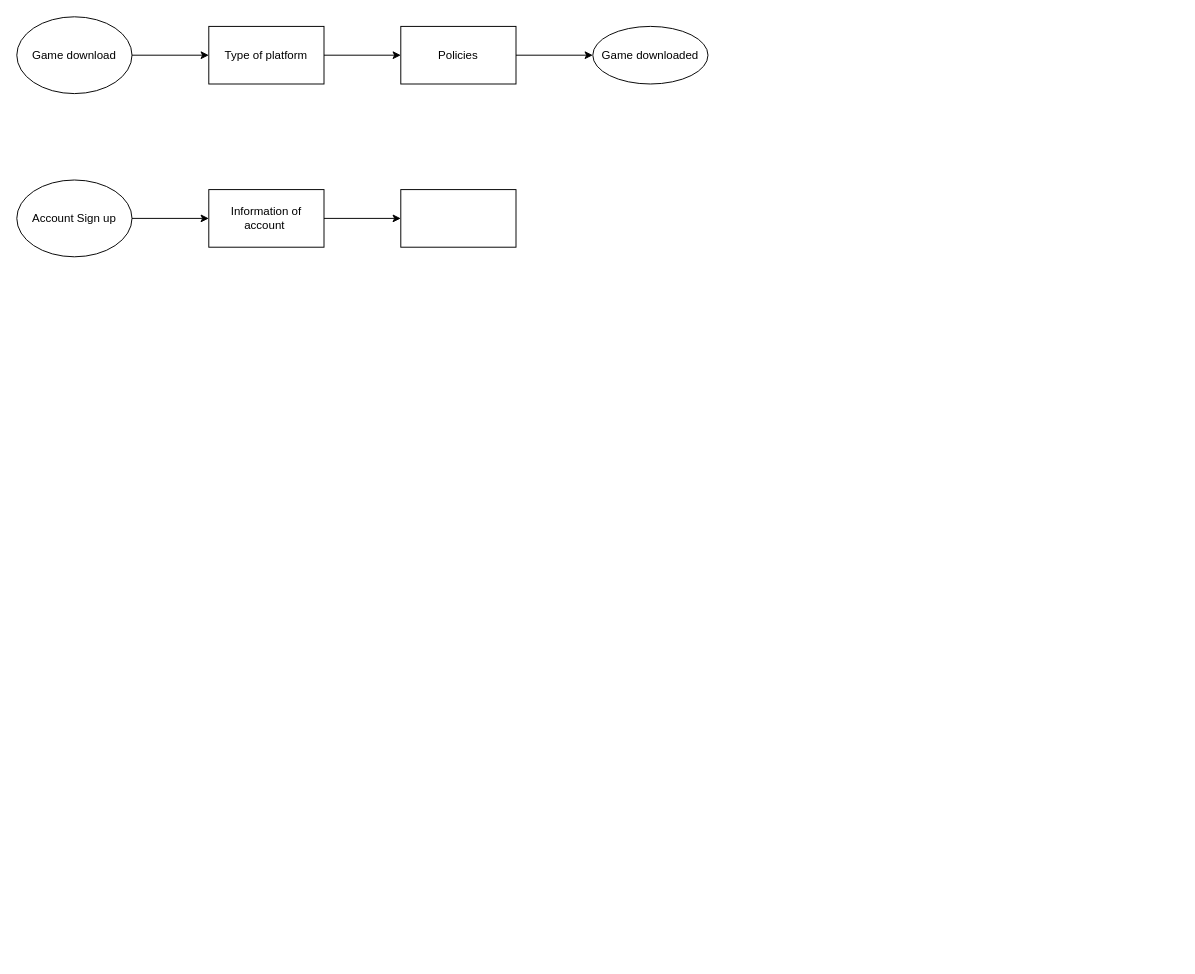
This is video_game_shop.drawio from samuelroiz/WorkFlows_storage, a draw.io file, before an edit. Source tidied: cells renumbered, new cells numbered last; positions are measured from the earlier drawing's top-left corner, leaving out a move shared by most shapes. Both pictures are drawn from the tidied source at 96%, with x=0, y=0 at pixel (16, 16).
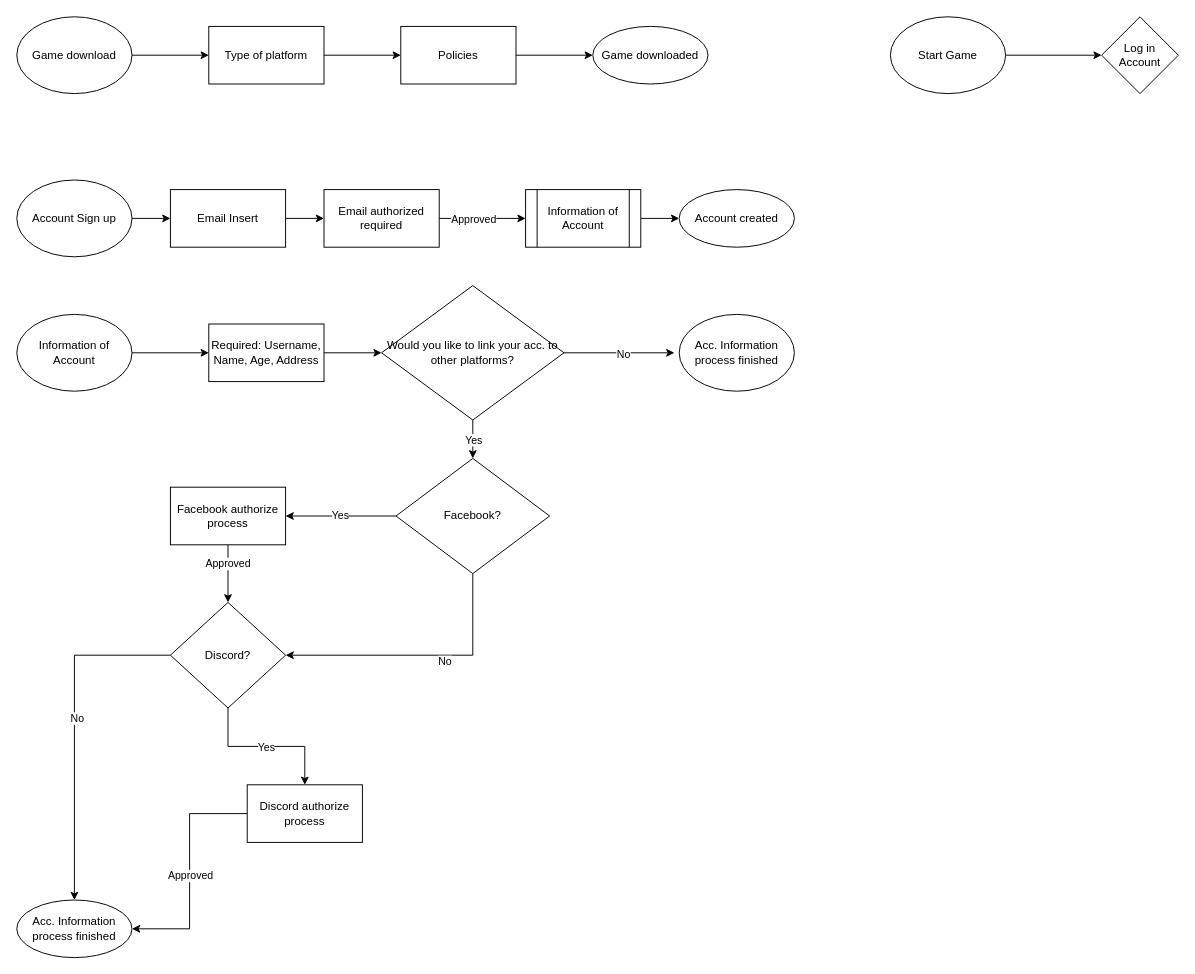
After the change.

Unchanged cells that the change refers to:
```xml
<mxCell id="10" value="Account Sign up" style="ellipse;whiteSpace=wrap;html=1;" parent="1" vertex="1">
  <mxGeometry y="170" width="120" height="80" as="geometry" />
</mxCell>
```

Diff of the diagram source:
```diff
@@
-    <mxCell id="9" style="edgeStyle=orthogonalEdgeStyle;rounded=0;jettySize=auto;html=1;" parent="1" edge="1" source="10" target="12">
-      <mxGeometry relative="1" as="geometry" />
-    </mxCell>
+    <mxCell id="14" style="edgeStyle=orthogonalEdgeStyle;rounded=0;jettySize=auto;html=1;" parent="1" edge="1" source="10" target="13">
+      <mxGeometry relative="1" as="geometry" />
+    </mxCell>
@@
-    <mxCell id="11" style="edgeStyle=orthogonalEdgeStyle;rounded=0;jettySize=auto;html=1;" parent="1" edge="1" source="12" target="13">
-      <mxGeometry relative="1" as="geometry" />
-    </mxCell>
-    <mxCell id="12" value="Information of account&amp;nbsp;" style="whiteSpace=wrap;html=1;" parent="1" vertex="1">
-      <mxGeometry x="200" y="180" width="120" height="60" as="geometry" />
-    </mxCell>
+    <mxCell id="15" style="edgeStyle=orthogonalEdgeStyle;rounded=0;jettySize=auto;html=1;" parent="1" edge="1" source="13" target="47">
+      <mxGeometry relative="1" as="geometry" />
+    </mxCell>
-    <mxCell id="13" style="whiteSpace=wrap;html=1;" parent="1" vertex="1">
-      <mxGeometry x="400" y="180" width="120" height="60" as="geometry" />
+    <mxCell id="13" value="Email Insert" style="whiteSpace=wrap;html=1;" parent="1" vertex="1">
+      <mxGeometry x="160" y="180" width="120" height="60" as="geometry" />
     </mxCell>
+    <mxCell id="16" value="Account created" style="ellipse;whiteSpace=wrap;html=1;" parent="1" vertex="1">
+      <mxGeometry x="690" y="180" width="120" height="60" as="geometry" />
+    </mxCell>
+    <mxCell id="17" style="edgeStyle=orthogonalEdgeStyle;rounded=0;jettySize=auto;html=1;" parent="1" edge="1" source="18" target="16">
+      <mxGeometry relative="1" as="geometry" />
+    </mxCell>
+    <mxCell id="18" value="Information of Account" style="shape=process;whiteSpace=wrap;html=1;backgroundOutline=1;" parent="1" vertex="1">
+      <mxGeometry x="530" y="180" width="120" height="60" as="geometry" />
+    </mxCell>
+    <mxCell id="19" style="edgeStyle=orthogonalEdgeStyle;rounded=0;jettySize=auto;html=1;" parent="1" edge="1" source="20" target="22">
+      <mxGeometry relative="1" as="geometry" />
+    </mxCell>
+    <mxCell id="20" value="Information of Account" style="ellipse;whiteSpace=wrap;html=1;" parent="1" vertex="1">
+      <mxGeometry y="310" width="120" height="80" as="geometry" />
+    </mxCell>
+    <mxCell id="21" style="edgeStyle=orthogonalEdgeStyle;rounded=0;jettySize=auto;html=1;" parent="1" edge="1" source="22" target="27">
+      <mxGeometry relative="1" as="geometry" />
+    </mxCell>
+    <mxCell id="22" value="Required: Username, Name, Age, Address" style="whiteSpace=wrap;html=1;" parent="1" vertex="1">
+      <mxGeometry x="200" y="320" width="120" height="60" as="geometry" />
+    </mxCell>
+    <mxCell id="23" style="edgeStyle=orthogonalEdgeStyle;rounded=0;jettySize=auto;html=1;" parent="1" edge="1" source="27" target="31">
+      <mxGeometry relative="1" as="geometry" />
+    </mxCell>
+    <mxCell id="24" value="Yes&lt;br&gt;" style="edgeLabel;html=1;align=center;verticalAlign=middle;" parent="23" vertex="1">
+      <mxGeometry x="0.36" relative="1" as="geometry">
+        <mxPoint y="-7" as="offset" />
+      </mxGeometry>
+    </mxCell>
+    <mxCell id="25" style="edgeStyle=orthogonalEdgeStyle;rounded=0;jettySize=auto;html=1;" parent="1" edge="1" source="27">
+      <mxGeometry relative="1" as="geometry">
+        <mxPoint x="685" y="350" as="targetPoint" />
+      </mxGeometry>
+    </mxCell>
+    <mxCell id="26" value="No" style="edgeLabel;html=1;align=center;verticalAlign=middle;" parent="25" vertex="1">
+      <mxGeometry x="0.08" y="-1" relative="1" as="geometry" />
+    </mxCell>
+    <mxCell id="27" value="Would you like to link your acc. to other platforms?" style="rhombus;whiteSpace=wrap;html=1;" parent="1" vertex="1">
+      <mxGeometry x="380" y="280" width="190" height="140" as="geometry" />
+    </mxCell>
+    <mxCell id="28" value="Yes" style="edgeStyle=orthogonalEdgeStyle;rounded=0;jettySize=auto;html=1;" parent="1" edge="1" source="31" target="34">
+      <mxGeometry relative="1" as="geometry" />
+    </mxCell>
+    <mxCell id="29" style="edgeStyle=orthogonalEdgeStyle;rounded=0;jettySize=auto;html=1;exitX=0.5;exitY=1;exitDx=0;exitDy=0;entryX=1;entryY=0.5;entryDx=0;entryDy=0;" parent="1" edge="1" source="31" target="40">
+      <mxGeometry relative="1" as="geometry" />
+    </mxCell>
+    <mxCell id="30" value="No" style="edgeLabel;html=1;align=center;verticalAlign=middle;" parent="29" vertex="1">
+      <mxGeometry x="-0.18" y="3" relative="1" as="geometry">
+        <mxPoint y="3" as="offset" />
+      </mxGeometry>
+    </mxCell>
+    <mxCell id="31" value="Facebook?" style="rhombus;whiteSpace=wrap;html=1;" parent="1" vertex="1">
+      <mxGeometry x="395" y="460" width="160" height="120" as="geometry" />
+    </mxCell>
+    <mxCell id="32" style="edgeStyle=orthogonalEdgeStyle;rounded=0;jettySize=auto;html=1;" parent="1" edge="1" source="34" target="40">
+      <mxGeometry relative="1" as="geometry" />
+    </mxCell>
+    <mxCell id="33" value="Approved" style="edgeLabel;html=1;align=center;verticalAlign=middle;" parent="32" vertex="1">
+      <mxGeometry x="-0.37" y="-1" relative="1" as="geometry" />
+    </mxCell>
+    <mxCell id="34" value="Facebook authorize process" style="whiteSpace=wrap;html=1;" parent="1" vertex="1">
+      <mxGeometry x="160" y="490" width="120" height="60" as="geometry" />
+    </mxCell>
+    <mxCell id="35" value="Acc. Information process finished" style="ellipse;whiteSpace=wrap;html=1;" parent="1" vertex="1">
+      <mxGeometry x="690" y="310" width="120" height="80" as="geometry" />
+    </mxCell>
+    <mxCell id="36" style="edgeStyle=orthogonalEdgeStyle;rounded=0;jettySize=auto;html=1;exitX=0.5;exitY=1;exitDx=0;exitDy=0;" parent="1" edge="1" source="40" target="43">
+      <mxGeometry relative="1" as="geometry" />
+    </mxCell>
+    <mxCell id="37" value="Yes" style="edgeLabel;html=1;align=center;verticalAlign=middle;" parent="36" vertex="1">
+      <mxGeometry x="-0.03" y="-4" relative="1" as="geometry">
+        <mxPoint x="1" y="-4" as="offset" />
+      </mxGeometry>
+    </mxCell>
+    <mxCell id="38" style="edgeStyle=orthogonalEdgeStyle;rounded=0;jettySize=auto;html=1;exitX=0;exitY=0.5;exitDx=0;exitDy=0;entryX=0.5;entryY=0;entryDx=0;entryDy=0;" parent="1" edge="1" source="40" target="44">
+      <mxGeometry relative="1" as="geometry">
+        <Array as="points">
+          <mxPoint x="60" y="665" />
+        </Array>
+      </mxGeometry>
+    </mxCell>
+    <mxCell id="39" value="No" style="edgeLabel;html=1;align=center;verticalAlign=middle;" parent="38" vertex="1">
+      <mxGeometry x="-0.07" y="2" relative="1" as="geometry" />
+    </mxCell>
+    <mxCell id="40" value="Discord?" style="rhombus;whiteSpace=wrap;html=1;" parent="1" vertex="1">
+      <mxGeometry x="160" y="610" width="120" height="110" as="geometry" />
+    </mxCell>
+    <mxCell id="41" style="edgeStyle=orthogonalEdgeStyle;rounded=0;jettySize=auto;html=1;entryX=1;entryY=0.5;entryDx=0;entryDy=0;" parent="1" edge="1" source="43" target="44">
+      <mxGeometry relative="1" as="geometry" />
+    </mxCell>
+    <mxCell id="42" value="Approved" style="edgeLabel;html=1;align=center;verticalAlign=middle;" parent="41" vertex="1">
+      <mxGeometry x="0.03" relative="1" as="geometry" />
+    </mxCell>
+    <mxCell id="43" value="Discord authorize process" style="whiteSpace=wrap;html=1;" parent="1" vertex="1">
+      <mxGeometry x="240" y="800" width="120" height="60" as="geometry" />
+    </mxCell>
+    <mxCell id="44" value="Acc. Information process finished" style="ellipse;whiteSpace=wrap;html=1;" parent="1" vertex="1">
+      <mxGeometry y="920" width="120" height="60" as="geometry" />
+    </mxCell>
+    <mxCell id="45" style="edgeStyle=orthogonalEdgeStyle;rounded=0;jettySize=auto;html=1;" parent="1" edge="1" source="47" target="18">
+      <mxGeometry relative="1" as="geometry" />
+    </mxCell>
+    <mxCell id="46" value="Approved" style="edgeLabel;html=1;align=center;verticalAlign=middle;" parent="45" vertex="1">
+      <mxGeometry x="-0.24" y="-2" relative="1" as="geometry">
+        <mxPoint x="1" y="-2" as="offset" />
+      </mxGeometry>
+    </mxCell>
+    <mxCell id="47" value="Email authorized required" style="whiteSpace=wrap;html=1;" parent="1" vertex="1">
+      <mxGeometry x="320" y="180" width="120" height="60" as="geometry" />
+    </mxCell>
+    <mxCell id="48" style="edgeStyle=orthogonalEdgeStyle;rounded=0;jettySize=auto;html=1;" parent="1" edge="1" source="49" target="50">
+      <mxGeometry relative="1" as="geometry" />
+    </mxCell>
+    <mxCell id="49" value="Start Game" style="ellipse;whiteSpace=wrap;html=1;" parent="1" vertex="1">
+      <mxGeometry x="910" width="120" height="80" as="geometry" />
+    </mxCell>
+    <mxCell id="50" value="Log in Account" style="rhombus;whiteSpace=wrap;html=1;" parent="1" vertex="1">
+      <mxGeometry x="1130" width="80" height="80" as="geometry" />
+    </mxCell>
```
